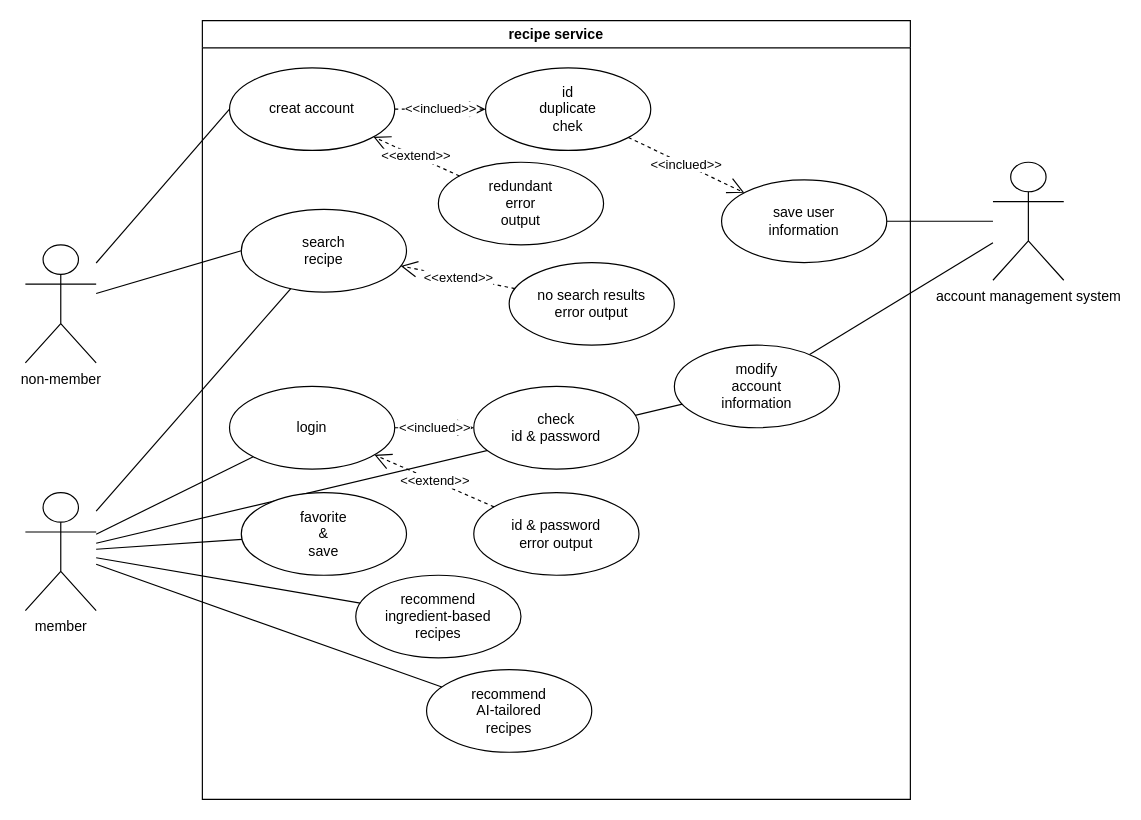
The draw.io diagram sw1.drawio in sunmoon-food-recipe/food-recipe, before the edit. Source tidied: cells renumbered, new cells numbered last; positions are measured from the earlier drawing's top-left corner, leaving out a move shared by most shapes. Both pictures are drawn from the tidied source at 118%, with x=0, y=0 at pixel (25, 20).
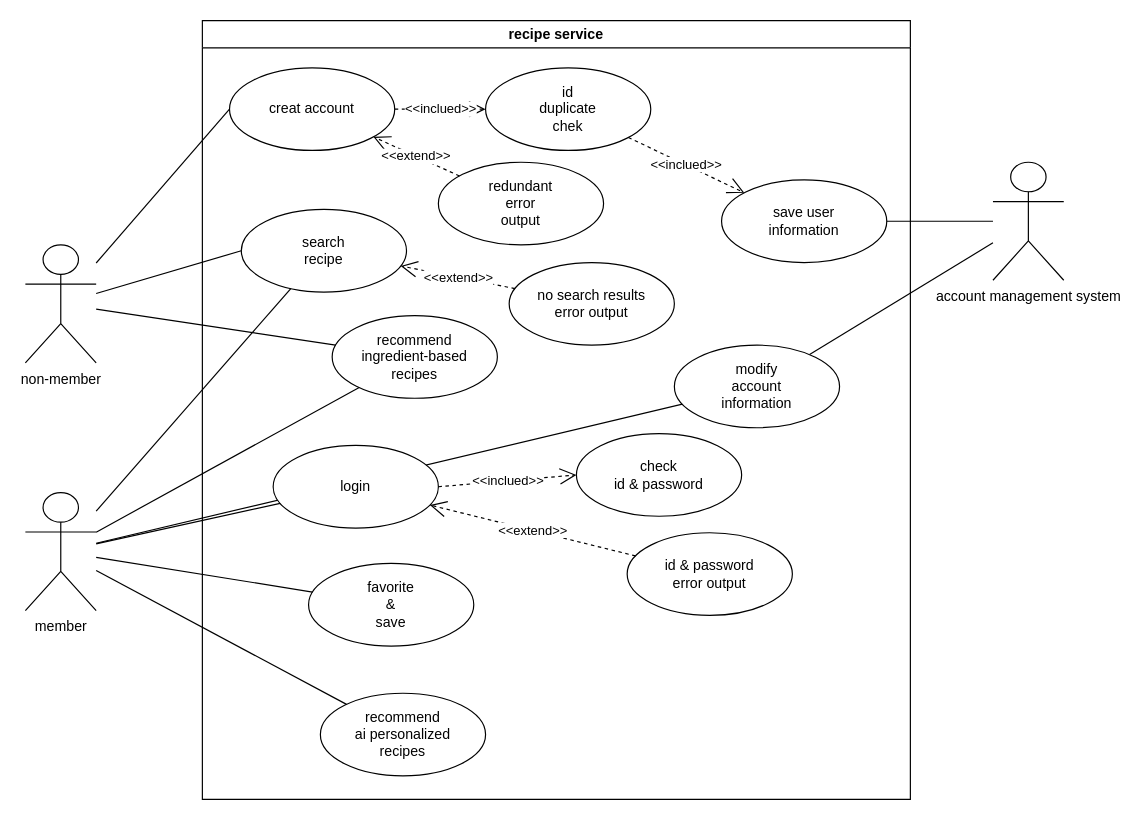
The same page after the edit.

Unchanged cells that the change refers to:
```xml
<mxCell id="3" value="non-member" style="shape=umlActor;verticalLabelPosition=bottom;verticalAlign=top;html=1;" parent="1" vertex="1">
  <mxGeometry y="190" width="60" height="100" as="geometry" />
</mxCell>
<mxCell id="5" value="recipe service" style="swimlane;whiteSpace=wrap;html=1;startSize=23;" parent="1" vertex="1">
  <mxGeometry x="150" width="600" height="660" as="geometry" />
</mxCell>
```

Change to the diagram source:
```diff
@@
     <mxCell id="11" value="login" style="ellipse;whiteSpace=wrap;html=1;" parent="5" vertex="1">
-      <mxGeometry x="23" y="310" width="140" height="70" as="geometry" />
+      <mxGeometry x="60" y="360" width="140" height="70" as="geometry" />
     </mxCell>
     <mxCell id="12" value="check&lt;br&gt;id &amp;amp; password" style="ellipse;whiteSpace=wrap;html=1;" parent="5" vertex="1">
-      <mxGeometry x="230" y="310" width="140" height="70" as="geometry" />
+      <mxGeometry x="317" y="350" width="140" height="70" as="geometry" />
     </mxCell>
@@
     <mxCell id="15" value="id &amp;amp; password&lt;br&gt;error output" style="ellipse;whiteSpace=wrap;html=1;" parent="5" vertex="1">
-      <mxGeometry x="230" y="400" width="140" height="70" as="geometry" />
+      <mxGeometry x="360" y="434" width="140" height="70" as="geometry" />
     </mxCell>
@@
     <mxCell id="19" value="favorite&lt;br&gt;&amp;amp;&lt;br&gt;save" style="ellipse;whiteSpace=wrap;html=1;" parent="5" vertex="1">
-      <mxGeometry x="33" y="400" width="140" height="70" as="geometry" />
+      <mxGeometry x="90" y="460" width="140" height="70" as="geometry" />
     </mxCell>
     <mxCell id="20" value="recommend&lt;br&gt;ingredient-based&lt;br&gt;recipes" style="ellipse;whiteSpace=wrap;html=1;" parent="5" vertex="1">
-      <mxGeometry x="130" y="470" width="140" height="70" as="geometry" />
+      <mxGeometry x="110" y="250" width="140" height="70" as="geometry" />
     </mxCell>
-    <mxCell id="21" value="recommend&lt;br&gt;AI-tailored&lt;br&gt;recipes" style="ellipse;whiteSpace=wrap;html=1;" parent="5" vertex="1">
-      <mxGeometry x="190" y="550" width="140" height="70" as="geometry" />
+    <mxCell id="21" value="recommend&lt;br&gt;ai personalized&lt;br&gt;recipes" style="ellipse;whiteSpace=wrap;html=1;" parent="5" vertex="1">
+      <mxGeometry x="100" y="570" width="140" height="70" as="geometry" />
     </mxCell>
@@
+    <mxCell id="35" style="endArrow=none;html=1;rounded=0;" parent="1" edge="1" source="3" target="20">
+      <mxGeometry relative="1" as="geometry" />
+    </mxCell>
```
